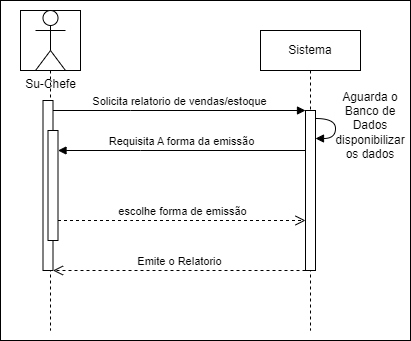
Above: documentos/diagramas/Diagrama_Sequencia_5.drawio.png in DougzCD/JCRESW1 (draw.io), before the change. Source tidied: cells renumbered, new cells last; positions are measured from the earlier drawing's top-left corner, leaving out a move shared by most shapes.
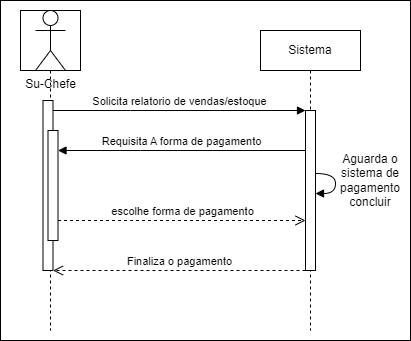
After the commit.

What changed in the source:
```diff
@@ -22,10 +22,10 @@
     </mxCell>
     <mxCell id="8" style="html=1;verticalAlign=bottom;endArrow=block;edgeStyle=orthogonalEdgeStyle;elbow=vertical;curved=1;rounded=0;" parent="6" edge="1">
       <mxGeometry relative="1" as="geometry">
-        <mxPoint x="55" y="88" as="sourcePoint" />
-        <mxPoint x="55" y="108" as="targetPoint" />
+        <mxPoint x="55" y="143" as="sourcePoint" />
+        <mxPoint x="55" y="163" as="targetPoint" />
         <Array as="points">
-          <mxPoint x="75" y="88" />
+          <mxPoint x="75" y="143" />
         </Array>
       </mxGeometry>
     </mxCell>
@@ -36,21 +36,21 @@
         </Array>
       </mxGeometry>
     </mxCell>
-    <mxCell id="10" value="Emite o Relatorio" style="html=1;verticalAlign=bottom;endArrow=open;dashed=1;endSize=8;edgeStyle=elbowEdgeStyle;elbow=vertical;curved=0;rounded=0;" parent="1" edge="1" source="7" target="4">
+    <mxCell id="10" value="Finaliza o pagamento" style="html=1;verticalAlign=bottom;endArrow=open;dashed=1;endSize=8;edgeStyle=elbowEdgeStyle;elbow=vertical;curved=0;rounded=0;" parent="1" edge="1" source="7" target="4">
       <mxGeometry relative="1" as="geometry">
         <Array as="points">
           <mxPoint x="140" y="270" />
         </Array>
       </mxGeometry>
     </mxCell>
-    <mxCell id="11" value="Requisita A forma da emissão" style="html=1;verticalAlign=bottom;endArrow=block;edgeStyle=elbowEdgeStyle;elbow=vertical;curved=0;rounded=0;" parent="1" edge="1" source="7" target="5">
+    <mxCell id="11" value="Requisita A forma de pagamento" style="html=1;verticalAlign=bottom;endArrow=block;edgeStyle=elbowEdgeStyle;elbow=vertical;curved=0;rounded=0;" parent="1" edge="1" source="7" target="5">
       <mxGeometry relative="1" as="geometry">
         <Array as="points">
           <mxPoint x="140" y="150" />
         </Array>
       </mxGeometry>
     </mxCell>
-    <mxCell id="12" value="escolhe forma de emissão" style="html=1;verticalAlign=bottom;endArrow=open;dashed=1;endSize=8;edgeStyle=elbowEdgeStyle;elbow=vertical;curved=0;rounded=0;" parent="1" edge="1" source="5" target="7">
+    <mxCell id="12" value="escolhe forma de pagamento" style="html=1;verticalAlign=bottom;endArrow=open;dashed=1;endSize=8;edgeStyle=elbowEdgeStyle;elbow=vertical;curved=0;rounded=0;" parent="1" edge="1" source="5" target="7">
       <mxGeometry relative="1" as="geometry">
         <Array as="points">
           <mxPoint x="130" y="220" />
@@ -60,8 +60,8 @@
     <mxCell id="13" value="Su-Chefe" style="shape=umlActor;verticalLabelPosition=bottom;verticalAlign=top;html=1;" parent="1" vertex="1">
       <mxGeometry x="35" y="10" width="30" height="60" as="geometry" />
     </mxCell>
-    <mxCell id="14" value="Aguarda o Banco de&lt;br&gt;Dados&lt;br&gt;disponibilizar&lt;br&gt;os dados" style="text;html=1;strokeColor=none;fillColor=none;align=center;verticalAlign=middle;whiteSpace=wrap;rounded=0;" parent="1" vertex="1">
-      <mxGeometry x="340" y="110" width="60" height="30" as="geometry" />
+    <mxCell id="14" value="Aguarda o sistema de pagamento&lt;br&gt;concluir" style="text;html=1;strokeColor=none;fillColor=none;align=center;verticalAlign=middle;whiteSpace=wrap;rounded=0;" parent="1" vertex="1">
+      <mxGeometry x="340" y="165" width="60" height="30" as="geometry" />
     </mxCell>
   </root>
 </mxGraphModel>
```
